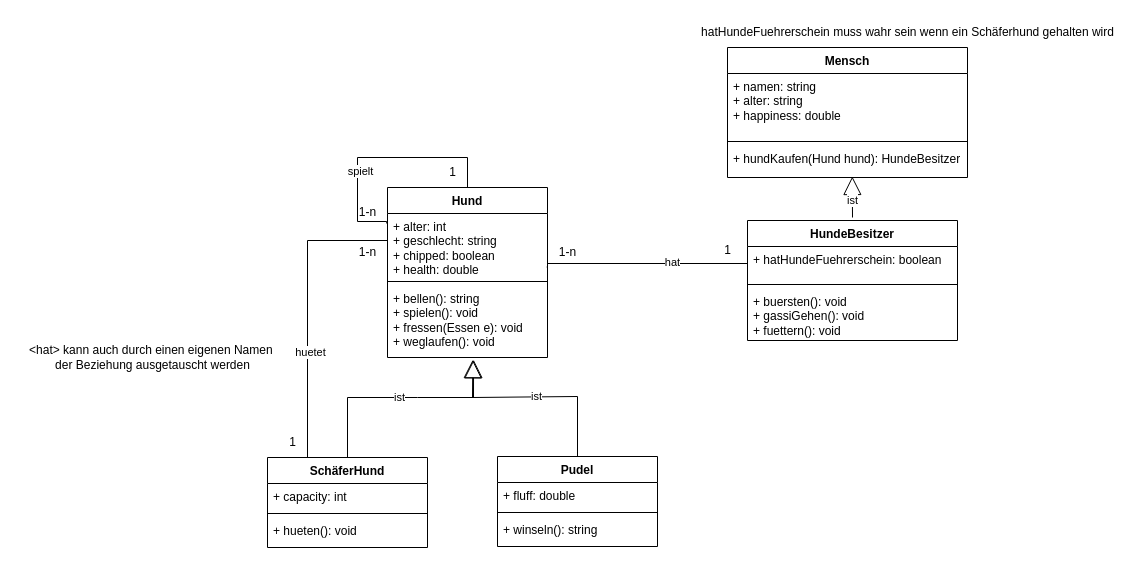
The draw.io diagram BITEC/current lesson/oop/src/KlassenUndBeziehungen/Hunde.drawio in MrStrelow/BBRZ, before the edit. Source tidied: cells renumbered, new cells numbered last; positions are measured from the earlier drawing's top-left corner, leaving out a move shared by most shapes. Both pictures are drawn from the tidied source at 100%, with x=0, y=0 at pixel (17, 17).
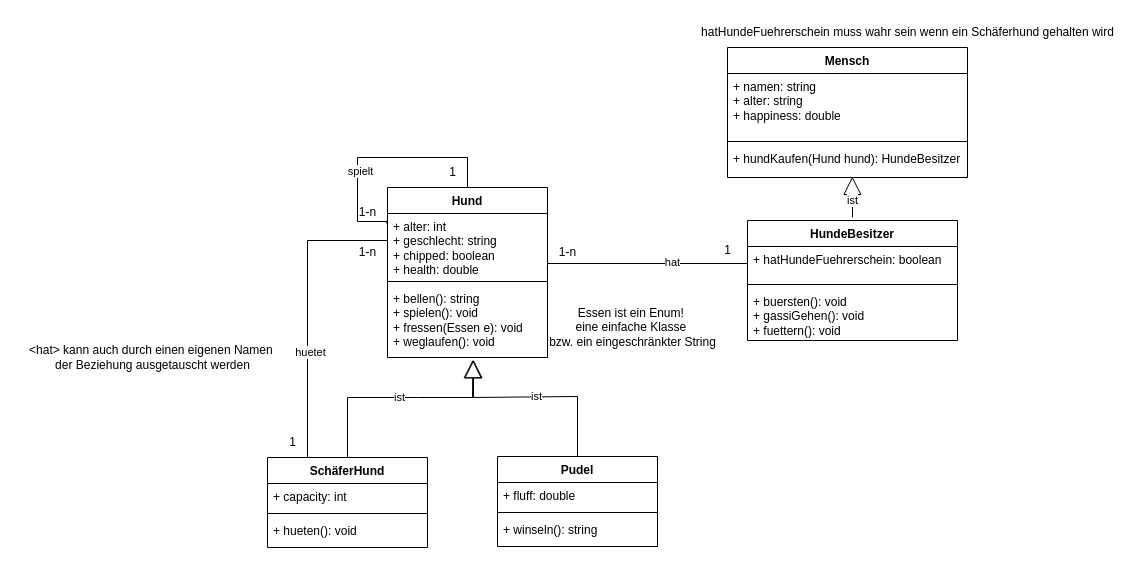
The same page after the edit.

Change to the diagram source:
```diff
@@
+    <mxCell id="40" value="Essen ist ein Enum!&amp;nbsp;&lt;div&gt;eine einfache Klasse&amp;nbsp;&lt;div&gt;bzw. ein eingeschränkter String&lt;/div&gt;&lt;/div&gt;" style="text;html=1;align=center;verticalAlign=middle;strokeColor=none;fillColor=none;" parent="1" vertex="1">
+      <mxGeometry x="520" y="280" width="190" height="60" as="geometry" />
+    </mxCell>
```
